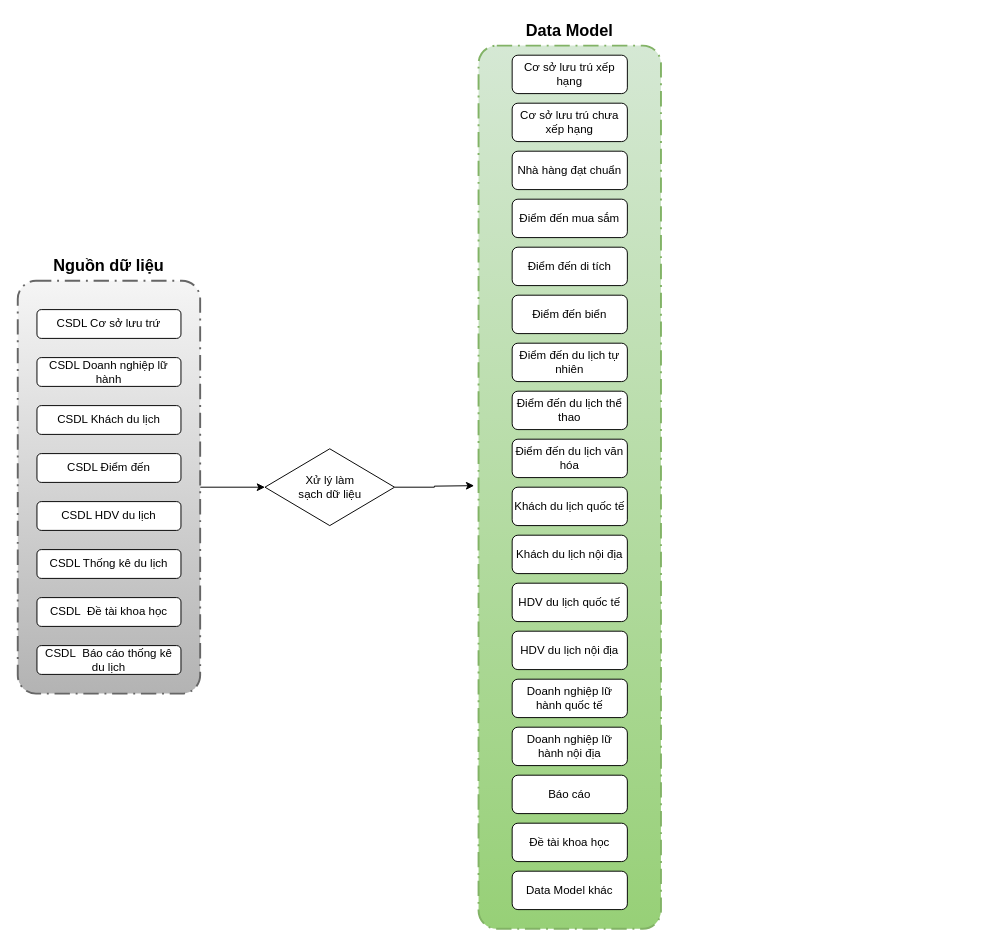
letheanh12345/Draw-io keeps this draw.io diagram as page "Page-4" (4 of 4) of so-do-draw/tcdl.drawio. Above is the earlier version. Source tidied: cells renumbered, new cells numbered last; positions are measured from the earlier drawing's top-left corner, leaving out a move shared by most shapes. Both pictures are drawn from the tidied source at 96%, with x=0, y=0 at pixel (17, 16).
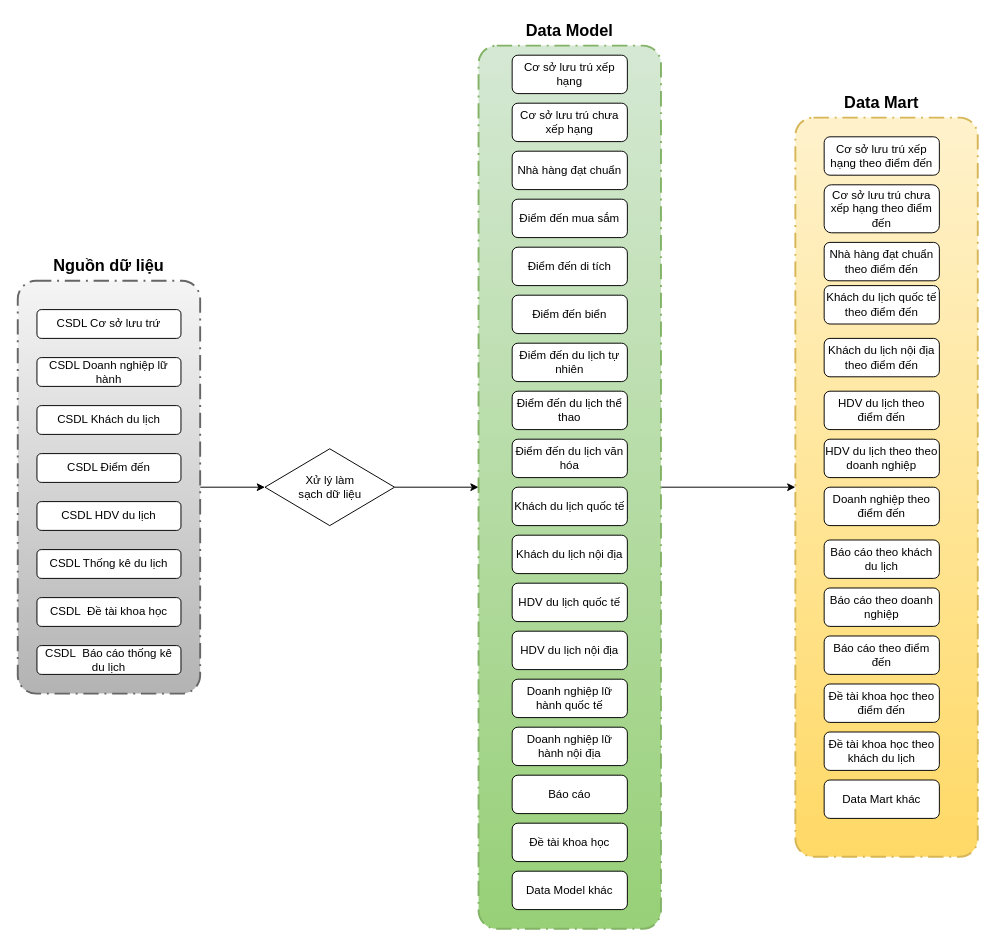
The same page after the edit.

Unchanged cells that the change refers to:
```xml
<mxCell id="13" value="Xử lý làm &lt;br&gt;sạch dữ liệu" style="rhombus;whiteSpace=wrap;html=1;" parent="1" vertex="1">
  <mxGeometry x="257.5" y="450" width="135" height="80" as="geometry" />
</mxCell>
<mxCell id="14" style="points=[[0.25,0,0],[0.5,0,0],[0.75,0,0],[1,0.25,0],[1,0.5,0],[1,0.75,0],[0.75,1,0],[0.5,1,0],[0.25,1,0],[0,0.75,0],[0,0.5,0],[0,0.25,0]];rounded=1;arcSize=10;dashed=1;strokeColor=#82b366;fillColor=#d5e8d4;gradientColor=#97d077;dashPattern=8 3 1 3;strokeWidth=2;fontStyle=1;fontSize=20;" parent="1" vertex="1">
  <mxGeometry x="480" y="30" width="190" height="920" as="geometry" />
</mxCell>
```

Change to the diagram source:
```diff
@@
-    <mxCell id="12" style="edgeStyle=orthogonalEdgeStyle;rounded=0;jettySize=auto;html=1;entryX=-0.024;entryY=0.52;entryDx=0;entryDy=0;entryPerimeter=0;" parent="1" edge="1" source="13">
-      <mxGeometry relative="1" as="geometry">
-        <mxPoint x="475.4" y="488.4" as="targetPoint" />
-      </mxGeometry>
-    </mxCell>
+    <mxCell id="35" style="edgeStyle=orthogonalEdgeStyle;rounded=0;jettySize=auto;html=1;entryX=0;entryY=0.5;entryDx=0;entryDy=0;entryPerimeter=0;" parent="1" edge="1" source="13" target="14">
+      <mxGeometry relative="1" as="geometry" />
+    </mxCell>
@@
+    <mxCell id="36" style="edgeStyle=orthogonalEdgeStyle;rounded=0;jettySize=auto;html=1;entryX=0;entryY=0.5;entryDx=0;entryDy=0;entryPerimeter=0;" parent="1" edge="1" source="14" target="37">
+      <mxGeometry relative="1" as="geometry" />
+    </mxCell>
@@
+    <mxCell id="37" style="points=[[0.25,0,0],[0.5,0,0],[0.75,0,0],[1,0.25,0],[1,0.5,0],[1,0.75,0],[0.75,1,0],[0.5,1,0],[0.25,1,0],[0,0.75,0],[0,0.5,0],[0,0.25,0]];rounded=1;arcSize=10;dashed=1;strokeColor=#d6b656;fillColor=#fff2cc;gradientColor=#ffd966;dashPattern=8 3 1 3;strokeWidth=2;fontStyle=1;fontSize=20;" parent="1" vertex="1">
+      <mxGeometry x="810" y="105" width="190" height="770" as="geometry" />
+    </mxCell>
+    <mxCell id="38" value="Cơ sở lưu trú xếp hạng theo điểm đến" style="rounded=1;whiteSpace=wrap;html=1;" parent="1" vertex="1">
+      <mxGeometry x="840" y="125" width="120" height="40" as="geometry" />
+    </mxCell>
+    <mxCell id="39" value="Cơ sở lưu trú chưa xếp hạng theo điểm đến" style="rounded=1;whiteSpace=wrap;html=1;" parent="1" vertex="1">
+      <mxGeometry x="840" y="175" width="120" height="50" as="geometry" />
+    </mxCell>
+    <mxCell id="40" value="Nhà hàng đạt chuẩn theo điểm đến" style="rounded=1;whiteSpace=wrap;html=1;" parent="1" vertex="1">
+      <mxGeometry x="840" y="235" width="120" height="40" as="geometry" />
+    </mxCell>
+    <mxCell id="41" value="Khách du lịch quốc tế theo điểm đến" style="rounded=1;whiteSpace=wrap;html=1;" parent="1" vertex="1">
+      <mxGeometry x="840" y="280" width="120" height="40" as="geometry" />
+    </mxCell>
+    <mxCell id="42" value="Khách du lịch nội địa theo điểm đến" style="rounded=1;whiteSpace=wrap;html=1;" parent="1" vertex="1">
+      <mxGeometry x="840" y="335" width="120" height="40" as="geometry" />
+    </mxCell>
+    <mxCell id="43" style="edgeStyle=orthogonalEdgeStyle;rounded=0;orthogonalLoop=1;jettySize=auto;html=1;exitX=0.5;exitY=1;exitDx=0;exitDy=0;" parent="1" edge="1" source="42" target="42">
+      <mxGeometry relative="1" as="geometry" />
+    </mxCell>
+    <mxCell id="44" value="HDV du lịch theo điểm đến" style="rounded=1;whiteSpace=wrap;html=1;" parent="1" vertex="1">
+      <mxGeometry x="840" y="390" width="120" height="40" as="geometry" />
+    </mxCell>
+    <mxCell id="45" value="HDV du lịch theo theo doanh nghiệp" style="rounded=1;whiteSpace=wrap;html=1;" parent="1" vertex="1">
+      <mxGeometry x="840" y="440" width="120" height="40" as="geometry" />
+    </mxCell>
+    <mxCell id="46" value="Doanh nghiệp theo điểm đến" style="rounded=1;whiteSpace=wrap;html=1;" parent="1" vertex="1">
+      <mxGeometry x="840" y="490" width="120" height="40" as="geometry" />
+    </mxCell>
+    <mxCell id="47" value="Báo cáo theo khách du lịch" style="rounded=1;whiteSpace=wrap;html=1;" parent="1" vertex="1">
+      <mxGeometry x="840" y="545" width="120" height="40" as="geometry" />
+    </mxCell>
+    <mxCell id="48" value="Báo cáo theo doanh nghiệp" style="rounded=1;whiteSpace=wrap;html=1;" parent="1" vertex="1">
+      <mxGeometry x="840" y="595" width="120" height="40" as="geometry" />
+    </mxCell>
+    <mxCell id="49" value="Báo cáo theo điểm đến" style="rounded=1;whiteSpace=wrap;html=1;" parent="1" vertex="1">
+      <mxGeometry x="840" y="645" width="120" height="40" as="geometry" />
+    </mxCell>
+    <mxCell id="50" value="Đề tài khoa học theo điểm đến" style="rounded=1;whiteSpace=wrap;html=1;" parent="1" vertex="1">
+      <mxGeometry x="840" y="695" width="120" height="40" as="geometry" />
+    </mxCell>
+    <mxCell id="51" value="Đề tài khoa học theo khách du lịch" style="rounded=1;whiteSpace=wrap;html=1;" parent="1" vertex="1">
+      <mxGeometry x="840" y="745" width="120" height="40" as="geometry" />
+    </mxCell>
+    <mxCell id="52" value="Data Mart khác" style="rounded=1;whiteSpace=wrap;html=1;" parent="1" vertex="1">
+      <mxGeometry x="840" y="795" width="120" height="40" as="geometry" />
+    </mxCell>
+    <mxCell id="53" value="&lt;b&gt;&lt;font style=&quot;font-size: 17px;&quot;&gt;Data Mart&lt;/font&gt;&lt;/b&gt;" style="text;html=1;strokeColor=none;fillColor=none;align=center;verticalAlign=middle;whiteSpace=wrap;rounded=0;" parent="1" vertex="1">
+      <mxGeometry x="815" y="75" width="170" height="30" as="geometry" />
+    </mxCell>
```
